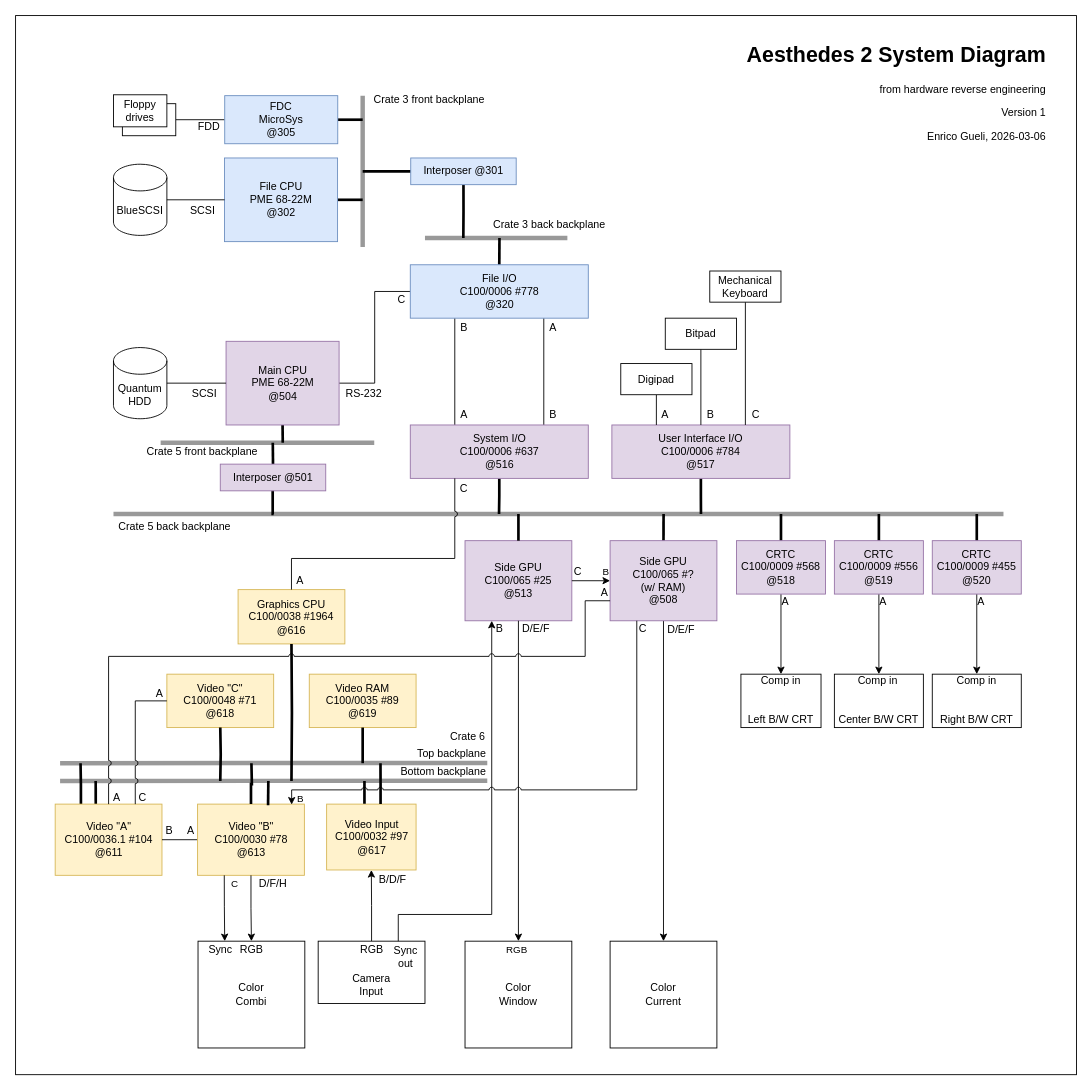
The draw.io diagram page "Block diagram" (2 of 2) of hardware/Aesthedes 2 HW.drawio in egueli/Aesthedes-notes, before the edit. Source tidied: cells renumbered, new cells numbered last; positions are measured from the earlier drawing's top-left corner, leaving out a move shared by most shapes. Both pictures are drawn from the tidied source at 89%, with x=0, y=0 at pixel (15, 15).
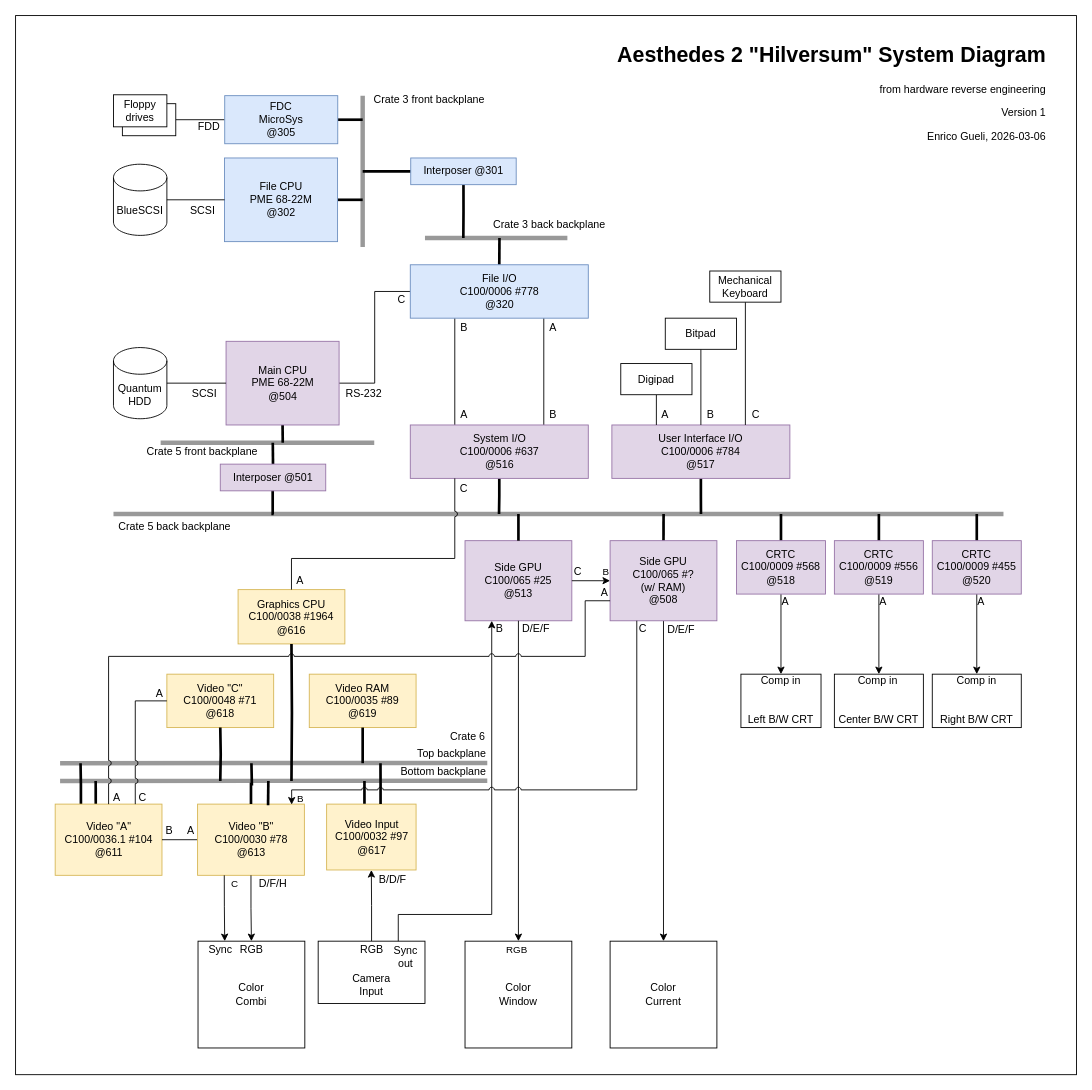
Above is the later version.

Change to the diagram source:
```diff
@@
-    <mxCell id="139" value="&lt;h1 style=&quot;margin-top: 0px;&quot;&gt;Aesthedes 2 System Diagram&lt;/h1&gt;&lt;div&gt;from hardware reverse engineering&lt;/div&gt;&lt;p&gt;Version 1&lt;/p&gt;&lt;p&gt;Enrico Gueli, 2026-03-06&lt;/p&gt;" style="text;html=1;whiteSpace=wrap;overflow=hidden;rounded=0;align=right;" parent="1" vertex="1">
-      <mxGeometry x="760" y="24" width="400" height="120" as="geometry" />
+    <mxCell id="139" value="&lt;h1 style=&quot;margin-top: 0px;&quot;&gt;Aesthedes 2 &quot;Hilversum&quot; System Diagram&lt;/h1&gt;&lt;div&gt;from hardware reverse engineering&lt;/div&gt;&lt;p&gt;Version 1&lt;/p&gt;&lt;p&gt;Enrico Gueli, 2026-03-06&lt;/p&gt;" style="text;html=1;whiteSpace=wrap;overflow=hidden;rounded=0;align=right;" parent="1" vertex="1">
+      <mxGeometry x="630" y="24" width="530" height="120" as="geometry" />
     </mxCell>
```
